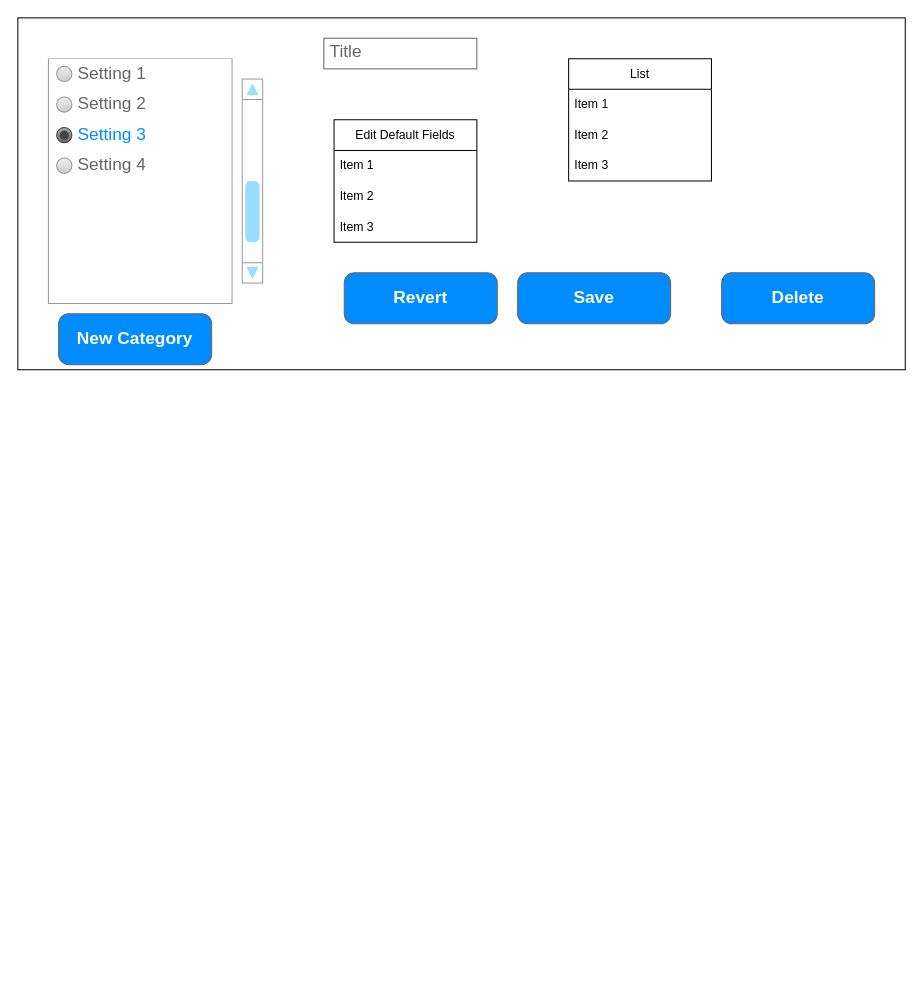
Earlier version of the draw.io diagram page "edit-category" (2 of 2) of design/client/mockup.drawio (solo-nko/Whirlpool-Logger). Source tidied: cells renumbered, new cells numbered last; positions are measured from the earlier drawing's top-left corner, leaving out a move shared by most shapes. Both pictures are drawn from the tidied source at 102%, with x=0, y=0 at pixel (17, 17).
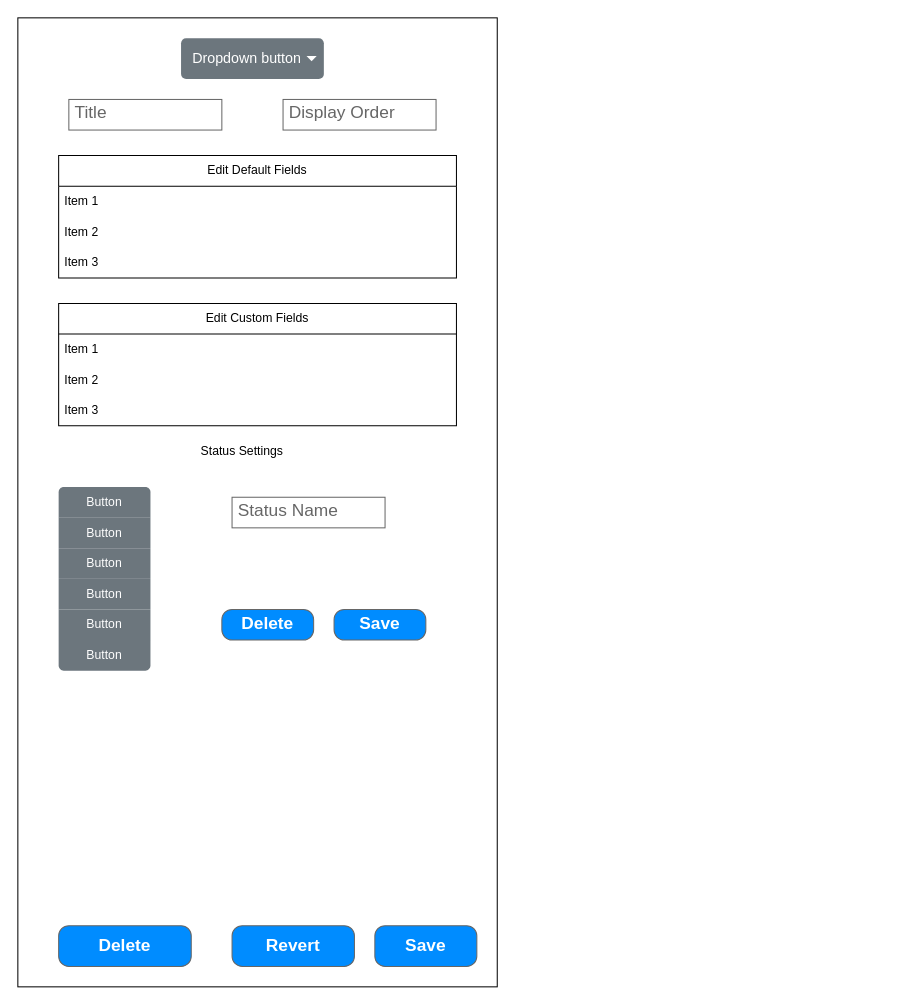
The same page after the edit.

Commit message (it also covers changes not shown here):
add status editor

Change to the diagram source:
```diff
@@
     <mxCell id="2" style="rounded=0;whiteSpace=wrap;html=1;" parent="1" vertex="1">
-      <mxGeometry width="870" height="345" as="geometry" />
+      <mxGeometry width="470" height="950" as="geometry" />
     </mxCell>
     <mxCell id="3" value="Save" style="strokeWidth=1;shadow=0;dashed=0;align=center;html=1;shape=mxgraph.mockup.buttons.button;strokeColor=#666666;fontColor=#ffffff;mainText=;buttonStyle=round;fontSize=17;fontStyle=1;fillColor=#008cff;whiteSpace=wrap;" parent="1" vertex="1">
-      <mxGeometry x="490" y="250" width="150" height="50" as="geometry" />
+      <mxGeometry x="350" y="890" width="100" height="40" as="geometry" />
     </mxCell>
     <mxCell id="4" value="Title" style="strokeWidth=1;shadow=0;dashed=0;align=center;html=1;shape=mxgraph.mockup.text.textBox;fontColor=#666666;align=left;fontSize=17;spacingLeft=4;spacingTop=-3;whiteSpace=wrap;strokeColor=#666666;mainText=;" parent="1" vertex="1">
-      <mxGeometry x="300" y="20" width="150" height="30" as="geometry" />
+      <mxGeometry x="50" y="80" width="150" height="30" as="geometry" />
     </mxCell>
     <mxCell id="5" value="Delete" style="strokeWidth=1;shadow=0;dashed=0;align=center;html=1;shape=mxgraph.mockup.buttons.button;strokeColor=#666666;fontColor=#ffffff;mainText=;buttonStyle=round;fontSize=17;fontStyle=1;fillColor=#008cff;whiteSpace=wrap;" parent="1" vertex="1">
-      <mxGeometry x="690" y="250" width="150" height="50" as="geometry" />
+      <mxGeometry x="40" y="890" width="130" height="40" as="geometry" />
     </mxCell>
     <mxCell id="6" value="Revert" style="strokeWidth=1;shadow=0;dashed=0;align=center;html=1;shape=mxgraph.mockup.buttons.button;strokeColor=#666666;fontColor=#ffffff;mainText=;buttonStyle=round;fontSize=17;fontStyle=1;fillColor=#008cff;whiteSpace=wrap;" parent="1" vertex="1">
-      <mxGeometry x="320" y="250" width="150" height="50" as="geometry" />
+      <mxGeometry x="210" y="890" width="120" height="40" as="geometry" />
     </mxCell>
-    <mxCell id="7" style="verticalLabelPosition=bottom;shadow=0;dashed=0;align=center;html=1;verticalAlign=top;strokeWidth=1;shape=mxgraph.mockup.navigation.scrollBar;strokeColor=#999999;barPos=20;fillColor2=#99ddff;strokeColor2=none;direction=north;" parent="1" vertex="1">
-      <mxGeometry x="220" y="60" width="20" height="200" as="geometry" />
-    </mxCell>
-    <mxCell id="8" style="swimlane;strokeColor=#999999;swimlaneFillColor=#FFFFFF;fillColor=#ffffff;fontColor=#666666;fontStyle=0;horizontal=1;startSize=0;whiteSpace=wrap;html=1;" parent="1" vertex="1">
-      <mxGeometry x="30" y="40" width="180" height="240" as="geometry" />
-    </mxCell>
-    <mxCell id="9" value="Setting 1" style="text;strokeColor=none;align=left;verticalAlign=middle;spacingLeft=27;spacingRight=10;overflow=hidden;whiteSpace=wrap;html=1;fillColor=none;fontColor=inherit;fontSize=17;" parent="8" vertex="1">
-      <mxGeometry width="180" height="30" as="geometry" />
-    </mxCell>
-    <mxCell id="10" style="shape=ellipse;fillColor=#EEEEEE;strokeColor=#999999;gradientColor=#cccccc;html=1;" parent="9" vertex="1">
-      <mxGeometry y="0.5" width="15" height="15" relative="1" as="geometry">
-        <mxPoint x="8" y="-7.5" as="offset" />
-      </mxGeometry>
-    </mxCell>
-    <mxCell id="11" value="Setting 2" style="text;strokeColor=none;align=left;verticalAlign=middle;spacingLeft=27;spacingRight=10;overflow=hidden;whiteSpace=wrap;html=1;rSize=5;fillColor=none;fontColor=inherit;fontSize=17;" parent="8" vertex="1">
-      <mxGeometry y="30" width="180" height="30" as="geometry" />
-    </mxCell>
-    <mxCell id="12" style="shape=ellipse;fillColor=#EEEEEE;strokeColor=#999999;gradientColor=#cccccc;html=1;" parent="11" vertex="1">
-      <mxGeometry y="0.5" width="15" height="15" relative="1" as="geometry">
-        <mxPoint x="8" y="-7.5" as="offset" />
-      </mxGeometry>
-    </mxCell>
-    <mxCell id="13" value="Setting 3" style="text;strokeColor=none;align=left;verticalAlign=middle;spacingLeft=27;spacingRight=10;overflow=hidden;whiteSpace=wrap;html=1;rSize=5;fillColor=none;fontColor=#008CFF;fontSize=17;" parent="8" vertex="1">
-      <mxGeometry y="60" width="180" height="30" as="geometry" />
-    </mxCell>
-    <mxCell id="14" style="shape=ellipse;fillColor=#AAAAAA;gradientColor=#666666;strokeColor=#444444;html=1;" parent="13" vertex="1">
-      <mxGeometry y="0.5" width="15" height="15" relative="1" as="geometry">
-        <mxPoint x="8" y="-7.5" as="offset" />
-      </mxGeometry>
-    </mxCell>
-    <mxCell id="15" style="shape=ellipse;fillColor=#444444;strokeColor=none;html=1;" parent="14" vertex="1">
-      <mxGeometry x="0.2" y="0.2" width="9" height="9" relative="1" as="geometry" />
-    </mxCell>
-    <mxCell id="16" value="Setting 4" style="text;strokeColor=none;align=left;verticalAlign=middle;spacingLeft=27;spacingRight=10;overflow=hidden;whiteSpace=wrap;html=1;fillColor=none;fontColor=inherit;fontSize=17;" parent="8" vertex="1">
-      <mxGeometry y="90" width="180" height="30" as="geometry" />
-    </mxCell>
-    <mxCell id="17" style="shape=ellipse;fillColor=#EEEEEE;strokeColor=#999999;gradientColor=#cccccc;html=1;" parent="16" vertex="1">
-      <mxGeometry y="0.5" width="15" height="15" relative="1" as="geometry">
-        <mxPoint x="8" y="-7.5" as="offset" />
-      </mxGeometry>
-    </mxCell>
-    <mxCell id="18" style="text;strokeColor=none;align=left;verticalAlign=middle;spacingLeft=27;spacingRight=10;overflow=hidden;whiteSpace=wrap;html=1;fillColor=none;fontColor=inherit;fontSize=17;" parent="8" vertex="1">
-      <mxGeometry y="120" width="180" height="30" as="geometry" />
-    </mxCell>
-    <mxCell id="19" style="text;strokeColor=none;align=left;verticalAlign=middle;spacingLeft=27;spacingRight=10;overflow=hidden;whiteSpace=wrap;html=1;fillColor=none;fontColor=inherit;fontSize=17;" parent="8" vertex="1">
-      <mxGeometry y="150" width="180" height="30" as="geometry" />
-    </mxCell>
-    <mxCell id="20" style="text;strokeColor=none;align=left;verticalAlign=middle;spacingLeft=27;spacingRight=10;overflow=hidden;whiteSpace=wrap;html=1;fillColor=none;fontColor=inherit;fontSize=17;" parent="8" vertex="1">
-      <mxGeometry y="180" width="180" height="30" as="geometry" />
-    </mxCell>
-    <mxCell id="21" style="text;strokeColor=none;align=left;verticalAlign=middle;spacingLeft=27;spacingRight=10;overflow=hidden;whiteSpace=wrap;html=1;fillColor=none;fontColor=inherit;fontSize=17;" parent="8" vertex="1">
-      <mxGeometry y="210" width="180" height="30" as="geometry" />
-    </mxCell>
-    <mxCell id="22" value="New Category" style="strokeWidth=1;shadow=0;dashed=0;align=center;html=1;shape=mxgraph.mockup.buttons.button;strokeColor=#666666;fontColor=#ffffff;mainText=;buttonStyle=round;fontSize=17;fontStyle=1;fillColor=#008cff;whiteSpace=wrap;" parent="1" vertex="1">
-      <mxGeometry x="40" y="290" width="150" height="50" as="geometry" />
+    <mxCell id="22" value="Delete" style="strokeWidth=1;shadow=0;dashed=0;align=center;html=1;shape=mxgraph.mockup.buttons.button;strokeColor=#666666;fontColor=#ffffff;mainText=;buttonStyle=round;fontSize=17;fontStyle=1;fillColor=#008cff;whiteSpace=wrap;" parent="1" vertex="1">
+      <mxGeometry x="200" y="580" width="90" height="30" as="geometry" />
     </mxCell>
     <mxCell id="23" value="Edit Default Fields" style="swimlane;fontStyle=0;horizontal=1;startSize=30;whiteSpace=wrap;html=1;" parent="1" vertex="1">
-      <mxGeometry x="310" y="100" width="140" height="120" as="geometry" />
+      <mxGeometry x="40" y="135" width="390" height="120" as="geometry" />
     </mxCell>
     <mxCell id="24" value="Item 1" style="text;strokeColor=none;fillColor=none;align=left;verticalAlign=middle;spacingLeft=4;spacingRight=4;overflow=hidden;whiteSpace=wrap;html=1;" parent="23" vertex="1">
-      <mxGeometry y="30" width="140" height="30" as="geometry" />
+      <mxGeometry y="30" width="390" height="30" as="geometry" />
     </mxCell>
     <mxCell id="25" value="Item 2" style="text;strokeColor=none;fillColor=none;align=left;verticalAlign=middle;spacingLeft=4;spacingRight=4;overflow=hidden;whiteSpace=wrap;html=1;" parent="23" vertex="1">
-      <mxGeometry y="60" width="140" height="30" as="geometry" />
+      <mxGeometry y="60" width="390" height="30" as="geometry" />
     </mxCell>
     <mxCell id="26" value="Item 3" style="text;strokeColor=none;fillColor=none;align=left;verticalAlign=middle;spacingLeft=4;spacingRight=4;overflow=hidden;whiteSpace=wrap;html=1;" parent="23" vertex="1">
-      <mxGeometry y="90" width="140" height="30" as="geometry" />
+      <mxGeometry y="90" width="390" height="30" as="geometry" />
     </mxCell>
-    <mxCell id="27" value="List" style="swimlane;fontStyle=0;horizontal=1;startSize=30;whiteSpace=wrap;html=1;" parent="1" vertex="1">
-      <mxGeometry x="540" y="40" width="140" height="120" as="geometry" />
+    <mxCell id="27" value="Edit Custom Fields" style="swimlane;fontStyle=0;horizontal=1;startSize=30;whiteSpace=wrap;html=1;" parent="1" vertex="1">
+      <mxGeometry x="40" y="280" width="390" height="120" as="geometry" />
     </mxCell>
     <mxCell id="28" value="Item 1" style="text;strokeColor=none;fillColor=none;align=left;verticalAlign=middle;spacingLeft=4;spacingRight=4;overflow=hidden;whiteSpace=wrap;html=1;" parent="27" vertex="1">
-      <mxGeometry y="30" width="140" height="30" as="geometry" />
+      <mxGeometry y="30" width="390" height="30" as="geometry" />
     </mxCell>
     <mxCell id="29" value="Item 2" style="text;strokeColor=none;fillColor=none;align=left;verticalAlign=middle;spacingLeft=4;spacingRight=4;overflow=hidden;whiteSpace=wrap;html=1;" parent="27" vertex="1">
-      <mxGeometry y="60" width="140" height="30" as="geometry" />
+      <mxGeometry y="60" width="390" height="30" as="geometry" />
     </mxCell>
     <mxCell id="30" value="Item 3" style="text;strokeColor=none;fillColor=none;align=left;verticalAlign=middle;spacingLeft=4;spacingRight=4;overflow=hidden;whiteSpace=wrap;html=1;" parent="27" vertex="1">
-      <mxGeometry y="90" width="140" height="30" as="geometry" />
+      <mxGeometry y="90" width="390" height="30" as="geometry" />
     </mxCell>
+    <mxCell id="31" value="Dropdown button" style="html=1;shadow=0;dashed=0;shape=mxgraph.bootstrap.rrect;rSize=5;strokeColor=none;strokeWidth=1;fillColor=#6C767D;fontColor=#ffffff;whiteSpace=wrap;align=right;verticalAlign=middle;fontStyle=0;fontSize=14;spacingRight=20;" parent="1" vertex="1">
+      <mxGeometry x="160" y="20" width="140" height="40" as="geometry" />
+    </mxCell>
+    <mxCell id="32" style="shape=triangle;direction=south;fillColor=#ffffff;strokeColor=none;perimeter=none;" parent="31" vertex="1">
+      <mxGeometry x="1" y="0.5" width="10" height="5" relative="1" as="geometry">
+        <mxPoint x="-17" y="-2.5" as="offset" />
+      </mxGeometry>
+    </mxCell>
+    <mxCell id="33" value="Display Order" style="strokeWidth=1;shadow=0;dashed=0;align=center;html=1;shape=mxgraph.mockup.text.textBox;fontColor=#666666;align=left;fontSize=17;spacingLeft=4;spacingTop=-3;whiteSpace=wrap;strokeColor=#666666;mainText=;" parent="1" vertex="1">
+      <mxGeometry x="260" y="80" width="150" height="30" as="geometry" />
+    </mxCell>
+    <mxCell id="34" style="swimlane;shape=mxgraph.bootstrap.anchor;strokeColor=none;fillColor=#6C767D;fontColor=#ffffff;fontStyle=0;horizontal=1;startSize=0;whiteSpace=wrap;html=1;" parent="1" vertex="1">
+      <mxGeometry x="40" y="460" width="90" height="180" as="geometry" />
+    </mxCell>
+    <mxCell id="35" value="Button" style="text;strokeColor=inherit;align=center;verticalAlign=middle;spacingLeft=10;spacingRight=10;overflow=hidden;whiteSpace=wrap;html=1;shape=mxgraph.bootstrap.topButton;rSize=5;fillColor=inherit;fontColor=inherit;" parent="34" vertex="1">
+      <mxGeometry width="90" height="30" as="geometry" />
+    </mxCell>
+    <mxCell id="36" value="Button" style="text;strokeColor=inherit;align=center;verticalAlign=middle;spacingLeft=10;spacingRight=10;overflow=hidden;whiteSpace=wrap;html=1;rSize=5;fillColor=inherit;fontColor=inherit;" parent="34" vertex="1">
+      <mxGeometry y="30" width="90" height="30" as="geometry" />
+    </mxCell>
+    <mxCell id="37" value="Button" style="text;strokeColor=inherit;align=center;verticalAlign=middle;spacingLeft=10;spacingRight=10;overflow=hidden;whiteSpace=wrap;html=1;rSize=5;fillColor=inherit;fontColor=inherit;" parent="34" vertex="1">
+      <mxGeometry y="60" width="90" height="30" as="geometry" />
+    </mxCell>
+    <mxCell id="38" value="Button" style="text;strokeColor=inherit;align=center;verticalAlign=middle;spacingLeft=10;spacingRight=10;overflow=hidden;whiteSpace=wrap;html=1;rSize=5;fillColor=inherit;fontColor=inherit;" parent="34" vertex="1">
+      <mxGeometry y="90" width="90" height="30" as="geometry" />
+    </mxCell>
+    <mxCell id="39" value="Button" style="text;strokeColor=inherit;align=center;verticalAlign=middle;spacingLeft=10;spacingRight=10;overflow=hidden;whiteSpace=wrap;html=1;rSize=5;fillColor=inherit;fontColor=inherit;" parent="34" vertex="1">
+      <mxGeometry y="120" width="90" height="30" as="geometry" />
+    </mxCell>
+    <mxCell id="40" value="Button" style="text;strokeColor=inherit;align=center;verticalAlign=middle;spacingLeft=10;spacingRight=10;overflow=hidden;whiteSpace=wrap;html=1;shape=mxgraph.bootstrap.bottomButton;rSize=5;fillColor=inherit;fontColor=inherit;" parent="34" vertex="1">
+      <mxGeometry y="150" width="90" height="30" as="geometry" />
+    </mxCell>
+    <mxCell id="41" value="Status Name" style="strokeWidth=1;shadow=0;dashed=0;align=center;html=1;shape=mxgraph.mockup.text.textBox;fontColor=#666666;align=left;fontSize=17;spacingLeft=4;spacingTop=-3;whiteSpace=wrap;strokeColor=#666666;mainText=;" parent="1" vertex="1">
+      <mxGeometry x="210" y="470" width="150" height="30" as="geometry" />
+    </mxCell>
+    <mxCell id="42" value="Status Settings" style="text;html=1;whiteSpace=wrap;strokeColor=none;fillColor=none;align=center;verticalAlign=middle;rounded=0;" parent="1" vertex="1">
+      <mxGeometry x="170" y="410" width="100" height="30" as="geometry" />
+    </mxCell>
+    <mxCell id="43" value="Save" style="strokeWidth=1;shadow=0;dashed=0;align=center;html=1;shape=mxgraph.mockup.buttons.button;strokeColor=#666666;fontColor=#ffffff;mainText=;buttonStyle=round;fontSize=17;fontStyle=1;fillColor=#008cff;whiteSpace=wrap;" parent="1" vertex="1">
+      <mxGeometry x="310" y="580" width="90" height="30" as="geometry" />
+    </mxCell>
```
